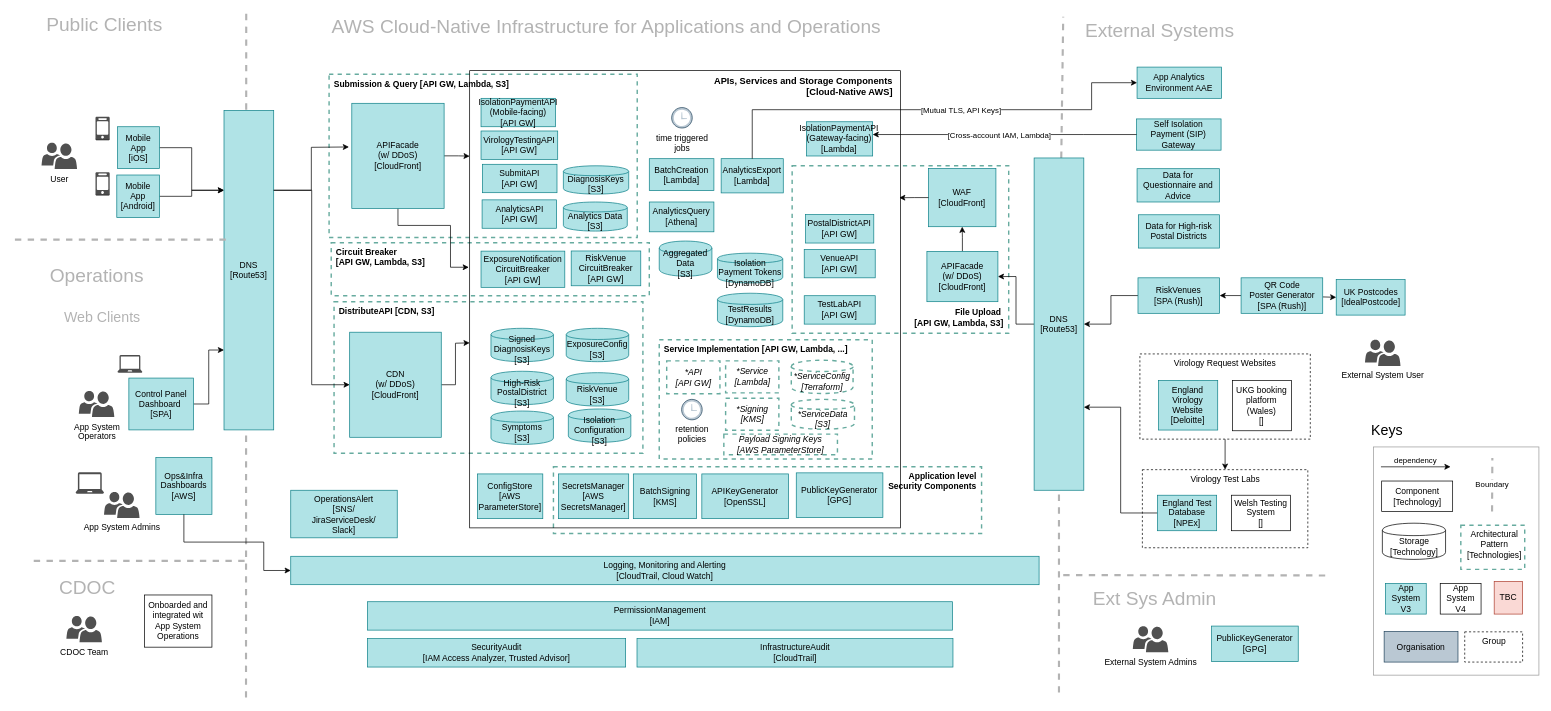
This is doc/architecture/diagrams/cv19-app-system-cloud-infrastructure.drawio from ukhsa-collaboration/covid19-app-system-public, a draw.io file, before an edit. Source tidied: cells renumbered, new cells numbered last; positions are measured from the earlier drawing's top-left corner, leaving out a move shared by most shapes. Both pictures are drawn from the tidied source at 71%, with x=0, y=0 at pixel (13, 13).
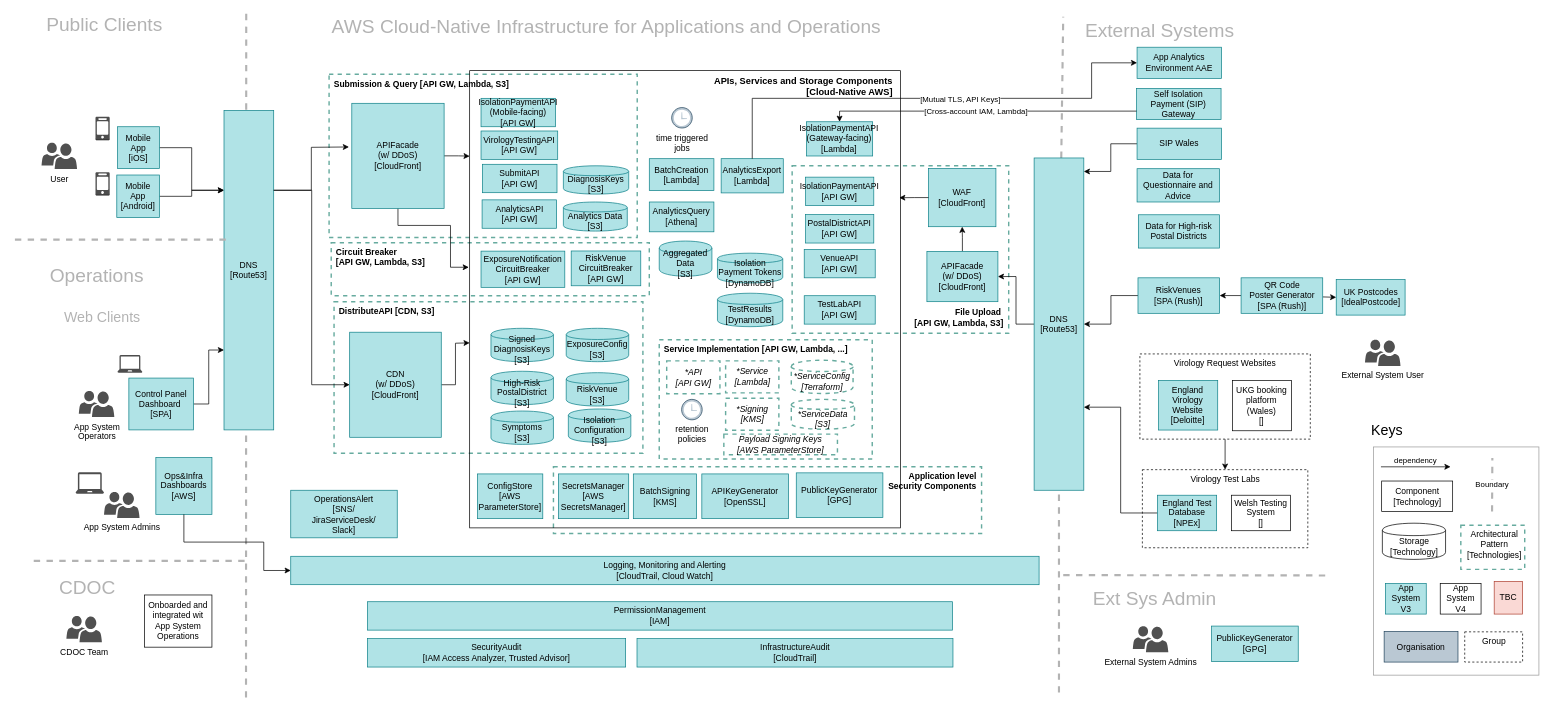
After the change.

Unchanged cells that the change refers to:
```xml
<mxCell id="33" value="&lt;span&gt;DNS&lt;/span&gt;&lt;br&gt;[Route53]" style="whiteSpace=wrap;html=1;fontColor=#000000;strokeColor=#0e8088;fontStyle=0;fillColor=#b0e3e6;" parent="1" vertex="1">
  <mxGeometry x="1438" y="204" width="70" height="468" as="geometry" />
</mxCell>
<mxCell id="126" value="&lt;span&gt;AnalyticsExport&lt;/span&gt;&lt;br&gt;[Lambda]" style="whiteSpace=wrap;html=1;fillColor=#b0e3e6;strokeColor=#0e8088;fontStyle=0;" parent="1" vertex="1">
  <mxGeometry x="997.2" y="205" width="87.5" height="48.2" as="geometry" />
</mxCell>
<mxCell id="128" value="&lt;span&gt;IsolationPaymentAPI&lt;br&gt;&lt;/span&gt;(Gateway-facing)&lt;br&gt;[Lambda]" style="whiteSpace=wrap;html=1;fillColor=#b0e3e6;strokeColor=#0e8088;fontStyle=0;" parent="1" vertex="1">
  <mxGeometry x="1117.4" y="153" width="93.2" height="48.2" as="geometry" />
</mxCell>
```

Diff of the diagram source:
```diff
@@
     <mxCell id="63" value="App Analytics Environment AAE" style="whiteSpace=wrap;html=1;strokeColor=#0e8088;fontStyle=0;fillColor=#b0e3e6;" parent="1" vertex="1">
-      <mxGeometry x="1583" y="76" width="119" height="44" as="geometry" />
+      <mxGeometry x="1583" y="48" width="119" height="44" as="geometry" />
     </mxCell>
@@
     <mxCell id="127" value="Self Isolation&lt;br&gt;Payment (SIP) Gateway" style="whiteSpace=wrap;html=1;strokeColor=#0e8088;fontStyle=0;fillColor=#b0e3e6;" parent="1" vertex="1">
-      <mxGeometry x="1582.3" y="149" width="119" height="44" as="geometry" />
+      <mxGeometry x="1582.3" y="106" width="119" height="44" as="geometry" />
     </mxCell>
@@
     <mxCell id="129" style="edgeStyle=orthogonalEdgeStyle;rounded=0;jettySize=auto;html=1;" parent="1" edge="1" source="127" target="128">
       <mxGeometry relative="1" as="geometry">
         <Array as="points">
-          <mxPoint x="1508" y="171" />
-          <mxPoint x="1508" y="171" />
+          <mxPoint x="1164" y="138" />
         </Array>
       </mxGeometry>
     </mxCell>
@@
     <mxCell id="131" style="edgeStyle=orthogonalEdgeStyle;rounded=0;jettySize=auto;html=1;" parent="1" edge="1" source="126" target="63">
       <mxGeometry relative="1" as="geometry">
         <Array as="points">
-          <mxPoint x="1041" y="136" />
-          <mxPoint x="1519" y="136" />
-          <mxPoint x="1519" y="98" />
+          <mxPoint x="1041" y="120" />
+          <mxPoint x="1519" y="120" />
+          <mxPoint x="1519" y="70" />
         </Array>
       </mxGeometry>
     </mxCell>
@@
+    <mxCell id="133" style="edgeStyle=orthogonalEdgeStyle;rounded=0;jettySize=auto;html=1;" parent="1" edge="1" source="134" target="33">
+      <mxGeometry relative="1" as="geometry">
+        <Array as="points">
+          <mxPoint x="1546" y="184" />
+          <mxPoint x="1546" y="223" />
+        </Array>
+      </mxGeometry>
+    </mxCell>
+    <mxCell id="134" value="SIP Wales" style="whiteSpace=wrap;html=1;strokeColor=#0e8088;fontStyle=0;fillColor=#b0e3e6;" parent="1" vertex="1">
+      <mxGeometry x="1583" y="162" width="119" height="44" as="geometry" />
+    </mxCell>
+    <mxCell id="135" value="IsolationPaymentAPI&lt;br&gt;[API GW]" style="whiteSpace=wrap;html=1;strokeColor=#0e8088;fillColor=#b0e3e6;" parent="1" vertex="1">
+      <mxGeometry x="1116.2" y="231" width="96" height="40" as="geometry" />
+    </mxCell>
```
